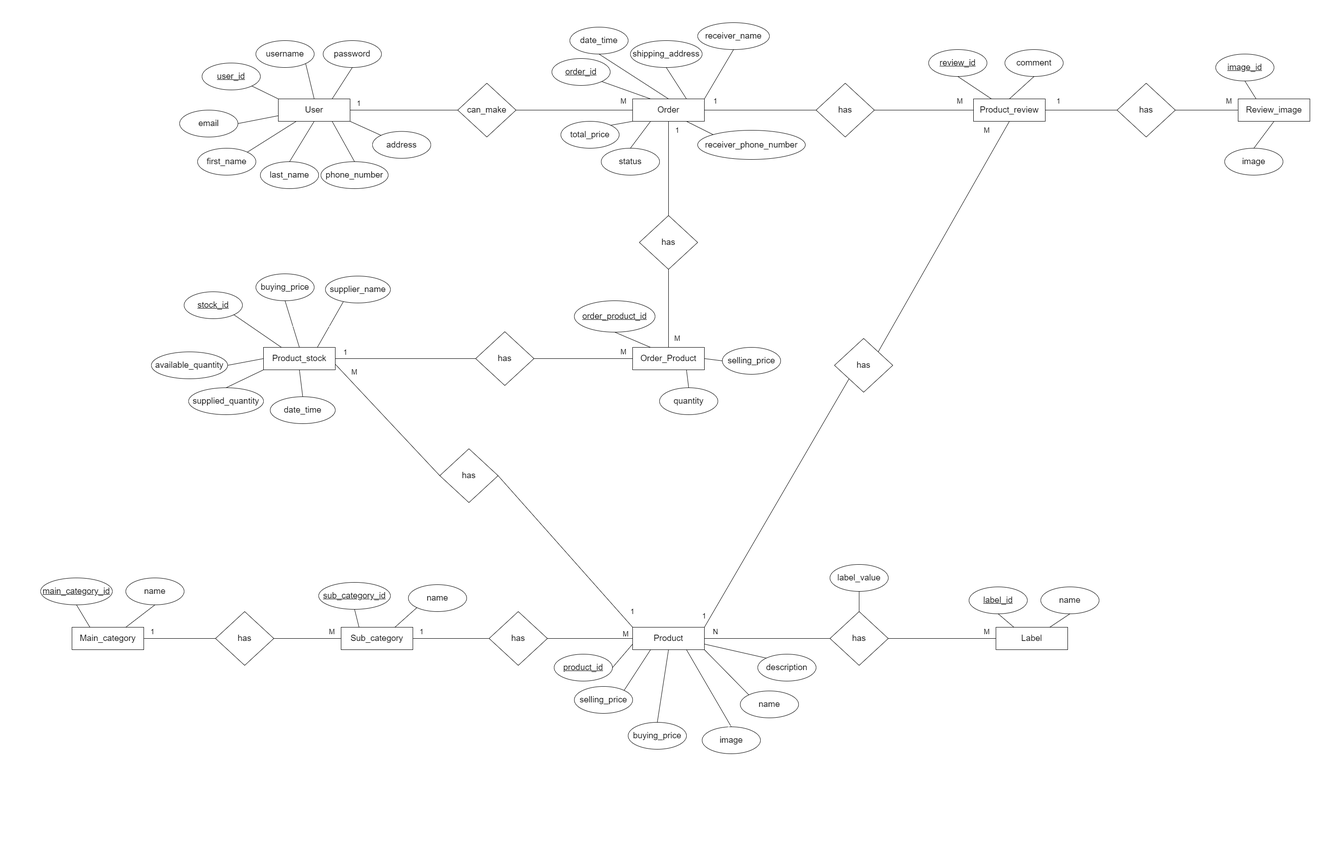
Before: Database Management/ER Diagram.png, a diagram exported from draw.io (Kasun-Abeywickrama/DEA-Project). Source tidied: cells renumbered, new cells last; positions are measured from the earlier drawing's top-left corner, leaving out a move shared by most shapes.
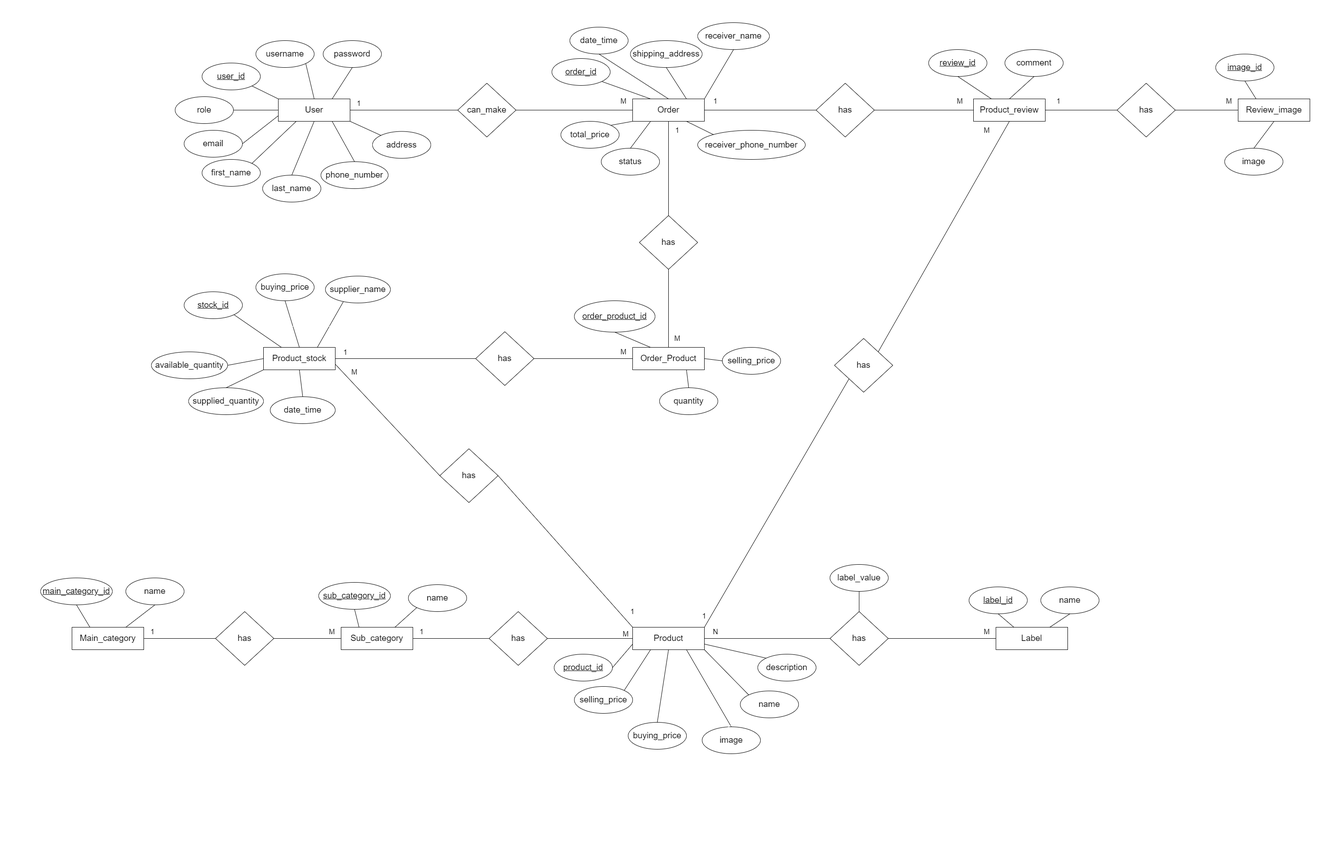
The same file after the commit.

Change to the diagram source:
```diff
@@ -69,13 +69,13 @@
       <mxGeometry x="1565" y="1393" width="60" height="30" as="geometry" />
     </mxCell>
     <mxCell id="24" value="&lt;font style=&quot;font-size: 19px;&quot;&gt;first_name&lt;/font&gt;" style="ellipse;whiteSpace=wrap;html=1;" parent="1" vertex="1">
-      <mxGeometry x="440" y="330" width="130" height="60" as="geometry" />
+      <mxGeometry x="450" y="355" width="130" height="60" as="geometry" />
     </mxCell>
     <mxCell id="25" value="&lt;font style=&quot;font-size: 19px;&quot;&gt;phone_number&lt;/font&gt;" style="ellipse;whiteSpace=wrap;html=1;" parent="1" vertex="1">
       <mxGeometry x="715" y="360" width="150" height="60" as="geometry" />
     </mxCell>
     <mxCell id="26" value="&lt;font style=&quot;font-size: 19px;&quot;&gt;last_name&lt;/font&gt;" style="ellipse;whiteSpace=wrap;html=1;" parent="1" vertex="1">
-      <mxGeometry x="580" y="360" width="130" height="60" as="geometry" />
+      <mxGeometry x="585" y="390" width="130" height="60" as="geometry" />
     </mxCell>
     <mxCell id="27" value="&lt;font style=&quot;font-size: 19px;&quot;&gt;password&lt;/font&gt;" style="ellipse;whiteSpace=wrap;html=1;" parent="1" vertex="1">
       <mxGeometry x="720" y="90" width="130" height="60" as="geometry" />
@@ -90,7 +90,7 @@
       <mxGeometry x="830" y="292.5" width="130" height="60" as="geometry" />
     </mxCell>
     <mxCell id="31" value="&lt;font style=&quot;font-size: 19px;&quot;&gt;email&lt;/font&gt;" style="ellipse;whiteSpace=wrap;html=1;" parent="1" vertex="1">
-      <mxGeometry x="400" y="245" width="130" height="60" as="geometry" />
+      <mxGeometry x="410" y="290" width="130" height="60" as="geometry" />
     </mxCell>
     <mxCell id="32" style="endArrow=none;html=1;rounded=0;exitX=1;exitY=1;exitDx=0;exitDy=0;entryX=0.5;entryY=0;entryDx=0;entryDy=0;" parent="1" edge="1" source="28" target="2">
       <mxGeometry relative="1" as="geometry" />
@@ -469,5 +469,11 @@
     <mxCell id="150" style="endArrow=none;html=1;rounded=0;entryX=0.25;entryY=0;entryDx=0;entryDy=0;exitX=0.5;exitY=1;exitDx=0;exitDy=0;" parent="1" edge="1" source="149" target="140">
       <mxGeometry relative="1" as="geometry" />
     </mxCell>
+    <mxCell id="151" value="&lt;font style=&quot;font-size: 19px;&quot;&gt;role&lt;/font&gt;" style="ellipse;whiteSpace=wrap;html=1;" parent="1" vertex="1">
+      <mxGeometry x="390" y="215" width="130" height="60" as="geometry" />
+    </mxCell>
+    <mxCell id="152" style="endArrow=none;html=1;rounded=0;exitX=1;exitY=0.5;exitDx=0;exitDy=0;entryX=0;entryY=0.5;entryDx=0;entryDy=0;" parent="1" edge="1" source="151" target="2">
+      <mxGeometry relative="1" as="geometry" />
+    </mxCell>
   </root>
 </mxGraphModel>
```
